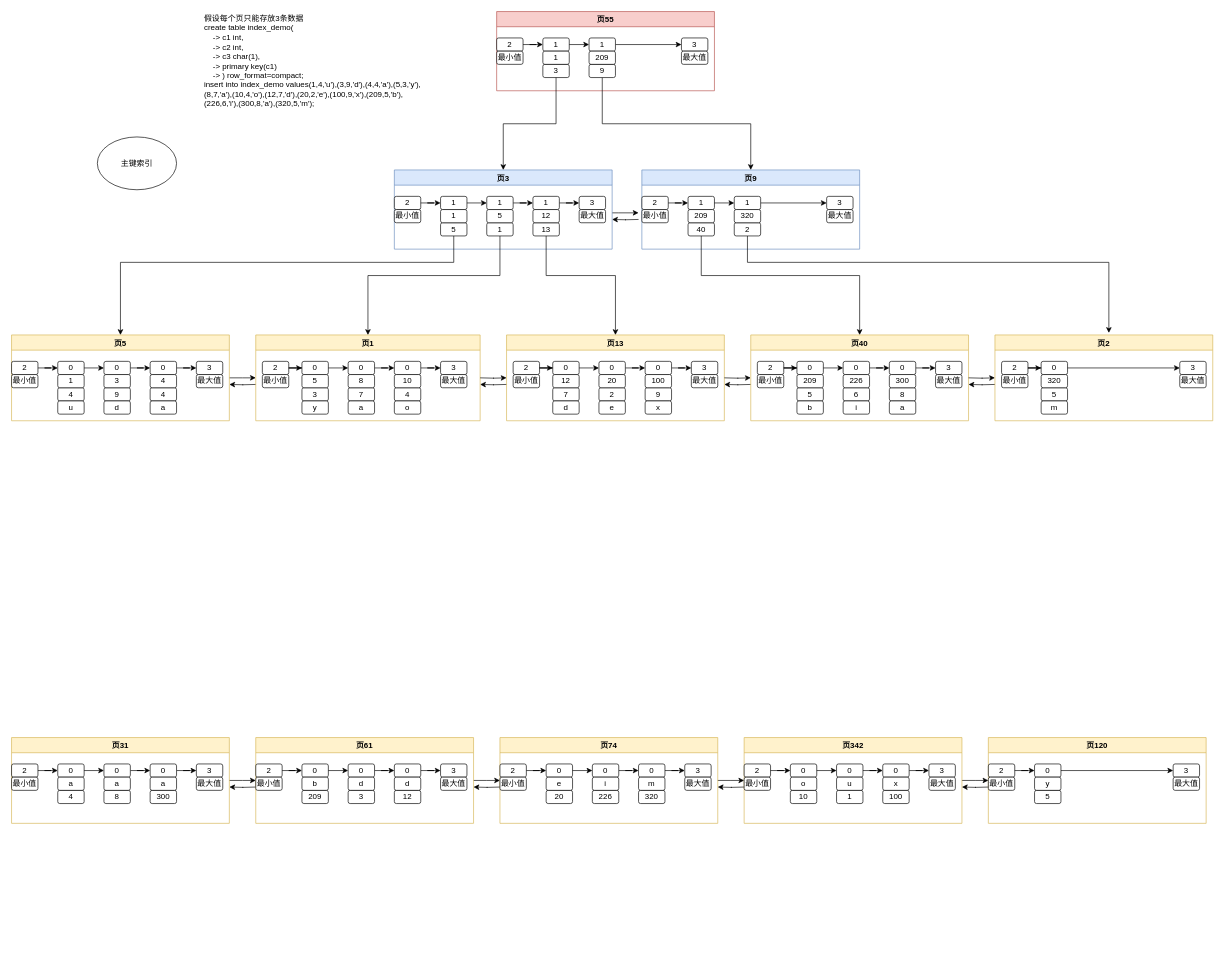
Above: pagerelation.drawio in wqfgithub/drawio (draw.io), before the change. Source tidied: cells renumbered, new cells numbered last; positions are measured from the earlier drawing's top-left corner, leaving out a move shared by most shapes. Both pictures are drawn from the tidied source at 66%, with x=0, y=0 at pixel (11, 11).
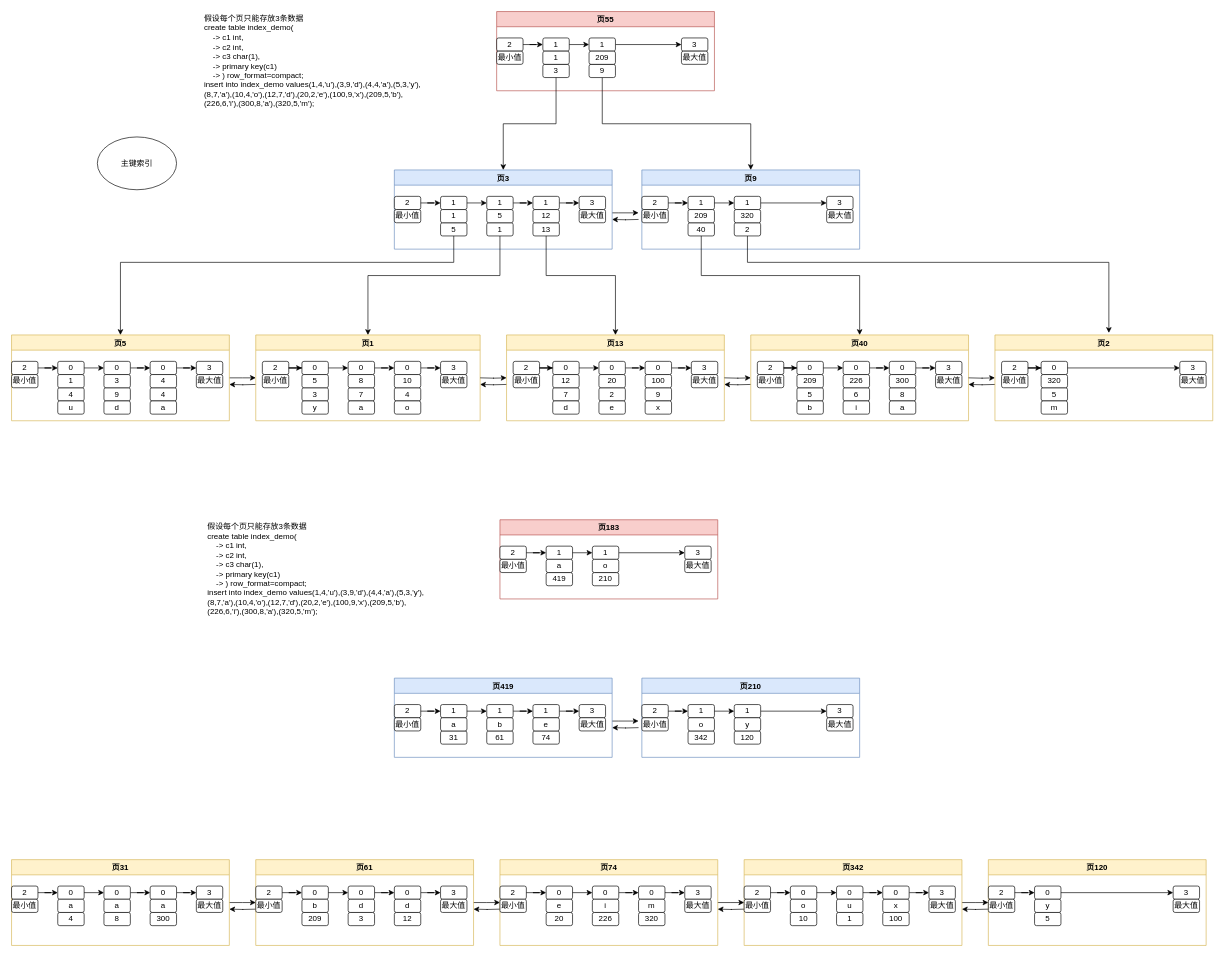
The same diagram, later.

The change refers to these unchanged cells:
```xml
<mxCell id="164" value="0" style="rounded=1;whiteSpace=wrap;html=1;" parent="163" vertex="1">
  <mxGeometry x="70" y="40" width="40" height="20" as="geometry" />
</mxCell>
<mxCell id="184" value="0" style="rounded=1;whiteSpace=wrap;html=1;" parent="183" vertex="1">
  <mxGeometry x="70" y="40" width="40" height="20" as="geometry" />
</mxCell>
<mxCell id="204" value="0" style="rounded=1;whiteSpace=wrap;html=1;" parent="203" vertex="1">
  <mxGeometry x="70" y="40" width="40" height="20" as="geometry" />
</mxCell>
<mxCell id="224" value="0" style="rounded=1;whiteSpace=wrap;html=1;" parent="223" vertex="1">
  <mxGeometry x="70" y="40" width="40" height="20" as="geometry" />
</mxCell>
```

Change to the diagram source:
```diff
@@
     <mxCell id="162" style="edgeStyle=orthogonalEdgeStyle;rounded=0;jettySize=auto;html=1;" parent="1" edge="1" source="163">
       <mxGeometry relative="1" as="geometry">
-        <mxPoint x="370" y="1165" as="targetPoint" />
+        <mxPoint x="370" y="1350" as="targetPoint" />
       </mxGeometry>
     </mxCell>
     <mxCell id="163" value="页31" style="swimlane;fillColor=#fff2cc;strokeColor=#d6b656;" parent="1" vertex="1">
-      <mxGeometry y="1100" width="330" height="130" as="geometry" />
+      <mxGeometry y="1285" width="330" height="130" as="geometry" />
     </mxCell>
@@
     <mxCell id="175" value="a" style="rounded=1;whiteSpace=wrap;html=1;" parent="1" vertex="1">
-      <mxGeometry x="70" y="1160" width="40" height="20" as="geometry" />
+      <mxGeometry x="70" y="1345" width="40" height="20" as="geometry" />
     </mxCell>
@@
     <mxCell id="177" value="0" style="rounded=1;whiteSpace=wrap;html=1;" parent="1" vertex="1">
-      <mxGeometry x="140" y="1140" width="40" height="20" as="geometry" />
+      <mxGeometry x="140" y="1325" width="40" height="20" as="geometry" />
     </mxCell>
     <mxCell id="178" value="8" style="rounded=1;whiteSpace=wrap;html=1;" parent="1" vertex="1">
-      <mxGeometry x="140" y="1180" width="40" height="20" as="geometry" />
+      <mxGeometry x="140" y="1365" width="40" height="20" as="geometry" />
     </mxCell>
     <mxCell id="179" value="a" style="rounded=1;whiteSpace=wrap;html=1;" parent="1" vertex="1">
-      <mxGeometry x="140" y="1160" width="40" height="20" as="geometry" />
+      <mxGeometry x="140" y="1345" width="40" height="20" as="geometry" />
     </mxCell>
     <mxCell id="180" style="edgeStyle=orthogonalEdgeStyle;rounded=0;jettySize=auto;html=1;" parent="1" edge="1" source="164">
       <mxGeometry relative="1" as="geometry">
-        <mxPoint x="140" y="1150" as="targetPoint" />
+        <mxPoint x="140" y="1335" as="targetPoint" />
         <Array as="points">
-          <mxPoint x="140" y="1150" />
+          <mxPoint x="140" y="1335" />
         </Array>
       </mxGeometry>
     </mxCell>
     <mxCell id="181" style="edgeStyle=orthogonalEdgeStyle;rounded=0;orthogonalLoop=1;jettySize=auto;html=1;" parent="1" edge="1">
       <mxGeometry relative="1" as="geometry">
-        <mxPoint x="370" y="1175" as="sourcePoint" />
-        <mxPoint x="330" y="1175" as="targetPoint" />
+        <mxPoint x="370" y="1360" as="sourcePoint" />
+        <mxPoint x="330" y="1360" as="targetPoint" />
       </mxGeometry>
     </mxCell>
     <mxCell id="182" style="edgeStyle=orthogonalEdgeStyle;rounded=0;jettySize=auto;html=1;" parent="1" edge="1" source="183">
       <mxGeometry relative="1" as="geometry">
-        <mxPoint x="740" y="1165" as="targetPoint" />
+        <mxPoint x="740" y="1350" as="targetPoint" />
       </mxGeometry>
     </mxCell>
     <mxCell id="183" value="页61" style="swimlane;fillColor=#fff2cc;strokeColor=#d6b656;" parent="1" vertex="1">
-      <mxGeometry x="370" y="1100" width="330" height="130" as="geometry" />
+      <mxGeometry x="370" y="1285" width="330" height="130" as="geometry" />
     </mxCell>
@@
     <mxCell id="195" value="b" style="rounded=1;whiteSpace=wrap;html=1;" parent="1" vertex="1">
-      <mxGeometry x="440" y="1160" width="40" height="20" as="geometry" />
+      <mxGeometry x="440" y="1345" width="40" height="20" as="geometry" />
     </mxCell>
@@
     <mxCell id="197" value="0" style="rounded=1;whiteSpace=wrap;html=1;" parent="1" vertex="1">
-      <mxGeometry x="510" y="1140" width="40" height="20" as="geometry" />
+      <mxGeometry x="510" y="1325" width="40" height="20" as="geometry" />
     </mxCell>
     <mxCell id="198" value="3" style="rounded=1;whiteSpace=wrap;html=1;" parent="1" vertex="1">
-      <mxGeometry x="510" y="1180" width="40" height="20" as="geometry" />
+      <mxGeometry x="510" y="1365" width="40" height="20" as="geometry" />
     </mxCell>
     <mxCell id="199" value="d" style="rounded=1;whiteSpace=wrap;html=1;" parent="1" vertex="1">
-      <mxGeometry x="510" y="1160" width="40" height="20" as="geometry" />
+      <mxGeometry x="510" y="1345" width="40" height="20" as="geometry" />
     </mxCell>
     <mxCell id="200" style="edgeStyle=orthogonalEdgeStyle;rounded=0;jettySize=auto;html=1;" parent="1" edge="1" source="184">
       <mxGeometry relative="1" as="geometry">
-        <mxPoint x="510" y="1150" as="targetPoint" />
+        <mxPoint x="510" y="1335" as="targetPoint" />
         <Array as="points">
-          <mxPoint x="510" y="1150" />
+          <mxPoint x="510" y="1335" />
         </Array>
       </mxGeometry>
     </mxCell>
     <mxCell id="201" style="edgeStyle=orthogonalEdgeStyle;rounded=0;orthogonalLoop=1;jettySize=auto;html=1;" parent="1" edge="1">
       <mxGeometry relative="1" as="geometry">
-        <mxPoint x="740" y="1175" as="sourcePoint" />
-        <mxPoint x="700" y="1175" as="targetPoint" />
+        <mxPoint x="740" y="1360" as="sourcePoint" />
+        <mxPoint x="700" y="1360" as="targetPoint" />
       </mxGeometry>
     </mxCell>
     <mxCell id="202" style="edgeStyle=orthogonalEdgeStyle;rounded=0;jettySize=auto;html=1;" parent="1" edge="1" source="203">
       <mxGeometry relative="1" as="geometry">
-        <mxPoint x="1110" y="1165" as="targetPoint" />
+        <mxPoint x="1110" y="1350" as="targetPoint" />
       </mxGeometry>
     </mxCell>
     <mxCell id="203" value="页74" style="swimlane;fillColor=#fff2cc;strokeColor=#d6b656;" parent="1" vertex="1">
-      <mxGeometry x="740" y="1100" width="330" height="130" as="geometry" />
+      <mxGeometry x="740" y="1285" width="330" height="130" as="geometry" />
     </mxCell>
@@
     <mxCell id="215" value="e" style="rounded=1;whiteSpace=wrap;html=1;" parent="1" vertex="1">
-      <mxGeometry x="810" y="1160" width="40" height="20" as="geometry" />
+      <mxGeometry x="810" y="1345" width="40" height="20" as="geometry" />
     </mxCell>
@@
     <mxCell id="217" value="0" style="rounded=1;whiteSpace=wrap;html=1;" parent="1" vertex="1">
-      <mxGeometry x="880" y="1140" width="40" height="20" as="geometry" />
+      <mxGeometry x="880" y="1325" width="40" height="20" as="geometry" />
     </mxCell>
     <mxCell id="218" value="226" style="rounded=1;whiteSpace=wrap;html=1;" parent="1" vertex="1">
-      <mxGeometry x="880" y="1180" width="40" height="20" as="geometry" />
+      <mxGeometry x="880" y="1365" width="40" height="20" as="geometry" />
     </mxCell>
     <mxCell id="219" value="i" style="rounded=1;whiteSpace=wrap;html=1;" parent="1" vertex="1">
-      <mxGeometry x="880" y="1160" width="40" height="20" as="geometry" />
+      <mxGeometry x="880" y="1345" width="40" height="20" as="geometry" />
     </mxCell>
     <mxCell id="220" style="edgeStyle=orthogonalEdgeStyle;rounded=0;jettySize=auto;html=1;" parent="1" edge="1" source="204">
       <mxGeometry relative="1" as="geometry">
-        <mxPoint x="880" y="1150" as="targetPoint" />
+        <mxPoint x="880" y="1335" as="targetPoint" />
         <Array as="points">
-          <mxPoint x="880" y="1150" />
+          <mxPoint x="880" y="1335" />
         </Array>
       </mxGeometry>
     </mxCell>
     <mxCell id="221" style="edgeStyle=orthogonalEdgeStyle;rounded=0;orthogonalLoop=1;jettySize=auto;html=1;" parent="1" edge="1">
       <mxGeometry relative="1" as="geometry">
-        <mxPoint x="1110" y="1175" as="sourcePoint" />
-        <mxPoint x="1070" y="1175" as="targetPoint" />
+        <mxPoint x="1110" y="1360" as="sourcePoint" />
+        <mxPoint x="1070" y="1360" as="targetPoint" />
       </mxGeometry>
     </mxCell>
     <mxCell id="222" style="edgeStyle=orthogonalEdgeStyle;rounded=0;jettySize=auto;html=1;" parent="1" edge="1" source="223">
       <mxGeometry relative="1" as="geometry">
-        <mxPoint x="1480" y="1165" as="targetPoint" />
+        <mxPoint x="1480" y="1350" as="targetPoint" />
       </mxGeometry>
     </mxCell>
     <mxCell id="223" value="页342" style="swimlane;fillColor=#fff2cc;strokeColor=#d6b656;" parent="1" vertex="1">
-      <mxGeometry x="1110" y="1100" width="330" height="130" as="geometry" />
+      <mxGeometry x="1110" y="1285" width="330" height="130" as="geometry" />
     </mxCell>
@@
     <mxCell id="235" value="o" style="rounded=1;whiteSpace=wrap;html=1;" parent="1" vertex="1">
-      <mxGeometry x="1180" y="1160" width="40" height="20" as="geometry" />
+      <mxGeometry x="1180" y="1345" width="40" height="20" as="geometry" />
     </mxCell>
@@
     <mxCell id="237" value="0" style="rounded=1;whiteSpace=wrap;html=1;" parent="1" vertex="1">
-      <mxGeometry x="1250" y="1140" width="40" height="20" as="geometry" />
+      <mxGeometry x="1250" y="1325" width="40" height="20" as="geometry" />
     </mxCell>
     <mxCell id="238" value="1" style="rounded=1;whiteSpace=wrap;html=1;" parent="1" vertex="1">
-      <mxGeometry x="1250" y="1180" width="40" height="20" as="geometry" />
+      <mxGeometry x="1250" y="1365" width="40" height="20" as="geometry" />
     </mxCell>
     <mxCell id="239" value="u" style="rounded=1;whiteSpace=wrap;html=1;" parent="1" vertex="1">
-      <mxGeometry x="1250" y="1160" width="40" height="20" as="geometry" />
+      <mxGeometry x="1250" y="1345" width="40" height="20" as="geometry" />
     </mxCell>
     <mxCell id="240" style="edgeStyle=orthogonalEdgeStyle;rounded=0;jettySize=auto;html=1;" parent="1" edge="1" source="224">
       <mxGeometry relative="1" as="geometry">
-        <mxPoint x="1250" y="1150" as="targetPoint" />
+        <mxPoint x="1250" y="1335" as="targetPoint" />
         <Array as="points">
-          <mxPoint x="1250" y="1150" />
+          <mxPoint x="1250" y="1335" />
         </Array>
       </mxGeometry>
     </mxCell>
     <mxCell id="241" style="edgeStyle=orthogonalEdgeStyle;rounded=0;orthogonalLoop=1;jettySize=auto;html=1;" parent="1" edge="1">
       <mxGeometry relative="1" as="geometry">
-        <mxPoint x="1480" y="1175" as="sourcePoint" />
-        <mxPoint x="1440" y="1175" as="targetPoint" />
+        <mxPoint x="1480" y="1360" as="sourcePoint" />
+        <mxPoint x="1440" y="1360" as="targetPoint" />
       </mxGeometry>
     </mxCell>
     <mxCell id="242" value="页120" style="swimlane;fillColor=#fff2cc;strokeColor=#d6b656;" parent="1" vertex="1">
-      <mxGeometry x="1480" y="1100" width="330" height="130" as="geometry" />
+      <mxGeometry x="1480" y="1285" width="330" height="130" as="geometry" />
     </mxCell>
@@
     <mxCell id="251" value="y" style="rounded=1;whiteSpace=wrap;html=1;" parent="1" vertex="1">
-      <mxGeometry x="1550" y="1160" width="40" height="20" as="geometry" />
+      <mxGeometry x="1550" y="1345" width="40" height="20" as="geometry" />
     </mxCell>
+    <mxCell id="252" style="edgeStyle=orthogonalEdgeStyle;rounded=0;jettySize=auto;html=1;" parent="1" edge="1" source="253">
+      <mxGeometry relative="1" as="geometry">
+        <mxPoint x="950" y="1075" as="targetPoint" />
+        <Array as="points">
+          <mxPoint x="920" y="1075" />
+          <mxPoint x="920" y="1075" />
+        </Array>
+      </mxGeometry>
+    </mxCell>
+    <mxCell id="253" value="页419" style="swimlane;fillColor=#dae8fc;strokeColor=#6c8ebf;" parent="1" vertex="1">
+      <mxGeometry x="580" y="1010" width="330" height="120" as="geometry" />
+    </mxCell>
+    <mxCell id="254" value="1" style="rounded=1;whiteSpace=wrap;html=1;" parent="253" vertex="1">
+      <mxGeometry x="70" y="40" width="40" height="20" as="geometry" />
+    </mxCell>
+    <mxCell id="255" value="31" style="rounded=1;whiteSpace=wrap;html=1;" parent="253" vertex="1">
+      <mxGeometry x="70" y="80" width="40" height="20" as="geometry" />
+    </mxCell>
+    <mxCell id="256" style="edgeStyle=orthogonalEdgeStyle;rounded=0;jettySize=auto;html=1;" parent="253" edge="1" source="257" target="260">
+      <mxGeometry relative="1" as="geometry" />
+    </mxCell>
+    <mxCell id="257" value="1" style="rounded=1;whiteSpace=wrap;html=1;" parent="253" vertex="1">
+      <mxGeometry x="210" y="40" width="40" height="20" as="geometry" />
+    </mxCell>
+    <mxCell id="258" value="74" style="rounded=1;whiteSpace=wrap;html=1;" parent="253" vertex="1">
+      <mxGeometry x="210" y="80" width="40" height="20" as="geometry" />
+    </mxCell>
+    <mxCell id="259" value="e" style="rounded=1;whiteSpace=wrap;html=1;" parent="253" vertex="1">
+      <mxGeometry x="210" y="60" width="40" height="20" as="geometry" />
+    </mxCell>
+    <mxCell id="260" value="3" style="rounded=1;whiteSpace=wrap;html=1;" parent="253" vertex="1">
+      <mxGeometry x="280" y="40" width="40" height="20" as="geometry" />
+    </mxCell>
+    <mxCell id="261" value="2" style="rounded=1;whiteSpace=wrap;html=1;" parent="253" vertex="1">
+      <mxGeometry y="40" width="40" height="20" as="geometry" />
+    </mxCell>
+    <mxCell id="262" style="edgeStyle=orthogonalEdgeStyle;rounded=0;jettySize=auto;html=1;entryX=0;entryY=0.5;entryDx=0;entryDy=0;" parent="253" edge="1" source="261" target="254">
+      <mxGeometry relative="1" as="geometry" />
+    </mxCell>
+    <mxCell id="263" value="最小值" style="rounded=1;whiteSpace=wrap;html=1;" parent="253" vertex="1">
+      <mxGeometry y="60" width="40" height="20" as="geometry" />
+    </mxCell>
+    <mxCell id="264" value="最大值" style="rounded=1;whiteSpace=wrap;html=1;" parent="253" vertex="1">
+      <mxGeometry x="280" y="60" width="40" height="20" as="geometry" />
+    </mxCell>
+    <mxCell id="265" value="a" style="rounded=1;whiteSpace=wrap;html=1;" parent="1" vertex="1">
+      <mxGeometry x="650" y="1070" width="40" height="20" as="geometry" />
+    </mxCell>
+    <mxCell id="266" style="edgeStyle=orthogonalEdgeStyle;rounded=0;jettySize=auto;html=1;entryX=0;entryY=0.5;entryDx=0;entryDy=0;" parent="1" edge="1" source="267" target="257">
+      <mxGeometry relative="1" as="geometry" />
+    </mxCell>
+    <mxCell id="267" value="1" style="rounded=1;whiteSpace=wrap;html=1;" parent="1" vertex="1">
+      <mxGeometry x="720" y="1050" width="40" height="20" as="geometry" />
+    </mxCell>
+    <mxCell id="268" value="61" style="rounded=1;whiteSpace=wrap;html=1;" parent="1" vertex="1">
+      <mxGeometry x="720" y="1090" width="40" height="20" as="geometry" />
+    </mxCell>
+    <mxCell id="269" value="b" style="rounded=1;whiteSpace=wrap;html=1;" parent="1" vertex="1">
+      <mxGeometry x="720" y="1070" width="40" height="20" as="geometry" />
+    </mxCell>
+    <mxCell id="270" style="edgeStyle=orthogonalEdgeStyle;rounded=0;jettySize=auto;html=1;" parent="1" edge="1" source="254">
+      <mxGeometry relative="1" as="geometry">
+        <mxPoint x="720" y="1060" as="targetPoint" />
+        <Array as="points">
+          <mxPoint x="720" y="1060" />
+        </Array>
+      </mxGeometry>
+    </mxCell>
+    <mxCell id="271" style="edgeStyle=orthogonalEdgeStyle;rounded=0;orthogonalLoop=1;jettySize=auto;html=1;" parent="1" edge="1">
+      <mxGeometry relative="1" as="geometry">
+        <mxPoint x="950" y="1085" as="sourcePoint" />
+        <mxPoint x="910" y="1085" as="targetPoint" />
+      </mxGeometry>
+    </mxCell>
+    <mxCell id="272" value="页210" style="swimlane;fillColor=#dae8fc;strokeColor=#6c8ebf;" parent="1" vertex="1">
+      <mxGeometry x="955" y="1010" width="330" height="120" as="geometry" />
+    </mxCell>
+    <mxCell id="273" value="1" style="rounded=1;whiteSpace=wrap;html=1;" parent="272" vertex="1">
+      <mxGeometry x="70" y="40" width="40" height="20" as="geometry" />
+    </mxCell>
+    <mxCell id="274" value="342" style="rounded=1;whiteSpace=wrap;html=1;" parent="272" vertex="1">
+      <mxGeometry x="70" y="80" width="40" height="20" as="geometry" />
+    </mxCell>
+    <mxCell id="275" value="3" style="rounded=1;whiteSpace=wrap;html=1;" parent="272" vertex="1">
+      <mxGeometry x="280" y="40" width="40" height="20" as="geometry" />
+    </mxCell>
+    <mxCell id="276" value="2" style="rounded=1;whiteSpace=wrap;html=1;" parent="272" vertex="1">
+      <mxGeometry y="40" width="40" height="20" as="geometry" />
+    </mxCell>
+    <mxCell id="277" style="edgeStyle=orthogonalEdgeStyle;rounded=0;jettySize=auto;html=1;entryX=0;entryY=0.5;entryDx=0;entryDy=0;" parent="272" edge="1" source="276" target="273">
+      <mxGeometry relative="1" as="geometry" />
+    </mxCell>
+    <mxCell id="278" value="最小值" style="rounded=1;whiteSpace=wrap;html=1;" parent="272" vertex="1">
+      <mxGeometry y="60" width="40" height="20" as="geometry" />
+    </mxCell>
+    <mxCell id="279" value="最大值" style="rounded=1;whiteSpace=wrap;html=1;" parent="272" vertex="1">
+      <mxGeometry x="280" y="60" width="40" height="20" as="geometry" />
+    </mxCell>
+    <mxCell id="280" value="o" style="rounded=1;whiteSpace=wrap;html=1;" parent="1" vertex="1">
+      <mxGeometry x="1025" y="1070" width="40" height="20" as="geometry" />
+    </mxCell>
+    <mxCell id="281" style="edgeStyle=orthogonalEdgeStyle;rounded=0;jettySize=auto;html=1;" parent="1" edge="1" source="282" target="275">
+      <mxGeometry relative="1" as="geometry" />
+    </mxCell>
+    <mxCell id="282" value="1" style="rounded=1;whiteSpace=wrap;html=1;" parent="1" vertex="1">
+      <mxGeometry x="1095" y="1050" width="40" height="20" as="geometry" />
+    </mxCell>
+    <mxCell id="283" value="120" style="rounded=1;whiteSpace=wrap;html=1;" parent="1" vertex="1">
+      <mxGeometry x="1095" y="1090" width="40" height="20" as="geometry" />
+    </mxCell>
+    <mxCell id="284" value="y" style="rounded=1;whiteSpace=wrap;html=1;" parent="1" vertex="1">
+      <mxGeometry x="1095" y="1070" width="40" height="20" as="geometry" />
+    </mxCell>
+    <mxCell id="285" style="edgeStyle=orthogonalEdgeStyle;rounded=0;jettySize=auto;html=1;" parent="1" edge="1" source="273">
+      <mxGeometry relative="1" as="geometry">
+        <mxPoint x="1095" y="1060" as="targetPoint" />
+        <Array as="points">
+          <mxPoint x="1095" y="1060" />
+        </Array>
+      </mxGeometry>
+    </mxCell>
+    <mxCell id="286" value="假设每个页只能存放3条数据&lt;br&gt;&lt;div&gt;create table index_demo(&lt;/div&gt;&lt;div&gt;&amp;nbsp; &amp;nbsp; -&amp;gt; c1 int,&lt;/div&gt;&lt;div&gt;&amp;nbsp; &amp;nbsp; -&amp;gt; c2 int,&lt;/div&gt;&lt;div&gt;&amp;nbsp; &amp;nbsp; -&amp;gt; c3 char(1),&lt;/div&gt;&lt;div&gt;&amp;nbsp; &amp;nbsp; -&amp;gt; primary key(c1)&lt;/div&gt;&lt;div&gt;&amp;nbsp; &amp;nbsp; -&amp;gt; ) row_format=compact;&lt;/div&gt;&lt;div&gt;insert into index_demo values(1,4,'u'),(3,9,'d'),(4,4,'a'),(5,3,'y'),(8,7,'a'),(10,4,'o'),(12,7,'d'),(20,2,'e'),(100,9,'x'),(209,5,'b'),(226,6,'i'),(300,8,'a'),(320,5,'m');&lt;br&gt;&lt;/div&gt;" style="text;html=1;strokeColor=none;fillColor=none;align=left;verticalAlign=middle;whiteSpace=wrap;rounded=0;" parent="1" vertex="1">
+      <mxGeometry x="295" y="770" width="350" height="150" as="geometry" />
+    </mxCell>
+    <mxCell id="287" value="页183" style="swimlane;fillColor=#f8cecc;strokeColor=#b85450;" parent="1" vertex="1">
+      <mxGeometry x="740" y="770" width="330" height="120" as="geometry" />
+    </mxCell>
+    <mxCell id="288" value="1" style="rounded=1;whiteSpace=wrap;html=1;" parent="287" vertex="1">
+      <mxGeometry x="70" y="40" width="40" height="20" as="geometry" />
+    </mxCell>
+    <mxCell id="289" value="419" style="rounded=1;whiteSpace=wrap;html=1;" parent="287" vertex="1">
+      <mxGeometry x="70" y="80" width="40" height="20" as="geometry" />
+    </mxCell>
+    <mxCell id="290" value="3" style="rounded=1;whiteSpace=wrap;html=1;" parent="287" vertex="1">
+      <mxGeometry x="280" y="40" width="40" height="20" as="geometry" />
+    </mxCell>
+    <mxCell id="291" value="2" style="rounded=1;whiteSpace=wrap;html=1;" parent="287" vertex="1">
+      <mxGeometry y="40" width="40" height="20" as="geometry" />
+    </mxCell>
+    <mxCell id="292" style="edgeStyle=orthogonalEdgeStyle;rounded=0;jettySize=auto;html=1;entryX=0;entryY=0.5;entryDx=0;entryDy=0;" parent="287" edge="1" source="291" target="288">
+      <mxGeometry relative="1" as="geometry" />
+    </mxCell>
+    <mxCell id="293" value="最小值" style="rounded=1;whiteSpace=wrap;html=1;" parent="287" vertex="1">
+      <mxGeometry y="60" width="40" height="20" as="geometry" />
+    </mxCell>
+    <mxCell id="294" value="最大值" style="rounded=1;whiteSpace=wrap;html=1;" parent="287" vertex="1">
+      <mxGeometry x="280" y="60" width="40" height="20" as="geometry" />
+    </mxCell>
+    <mxCell id="295" value="a" style="rounded=1;whiteSpace=wrap;html=1;" parent="1" vertex="1">
+      <mxGeometry x="810" y="830" width="40" height="20" as="geometry" />
+    </mxCell>
+    <mxCell id="296" style="edgeStyle=orthogonalEdgeStyle;rounded=0;jettySize=auto;html=1;" parent="1" edge="1" source="297" target="290">
+      <mxGeometry relative="1" as="geometry" />
+    </mxCell>
+    <mxCell id="297" value="1" style="rounded=1;whiteSpace=wrap;html=1;" parent="1" vertex="1">
+      <mxGeometry x="880" y="810" width="40" height="20" as="geometry" />
+    </mxCell>
+    <mxCell id="298" value="210" style="rounded=1;whiteSpace=wrap;html=1;" parent="1" vertex="1">
+      <mxGeometry x="880" y="850" width="40" height="20" as="geometry" />
+    </mxCell>
+    <mxCell id="299" value="o" style="rounded=1;whiteSpace=wrap;html=1;" parent="1" vertex="1">
+      <mxGeometry x="880" y="830" width="40" height="20" as="geometry" />
+    </mxCell>
+    <mxCell id="300" style="edgeStyle=orthogonalEdgeStyle;rounded=0;jettySize=auto;html=1;" parent="1" edge="1" source="288">
+      <mxGeometry relative="1" as="geometry">
+        <mxPoint x="880" y="820" as="targetPoint" />
+        <Array as="points">
+          <mxPoint x="880" y="820" />
+        </Array>
+      </mxGeometry>
+    </mxCell>
```
